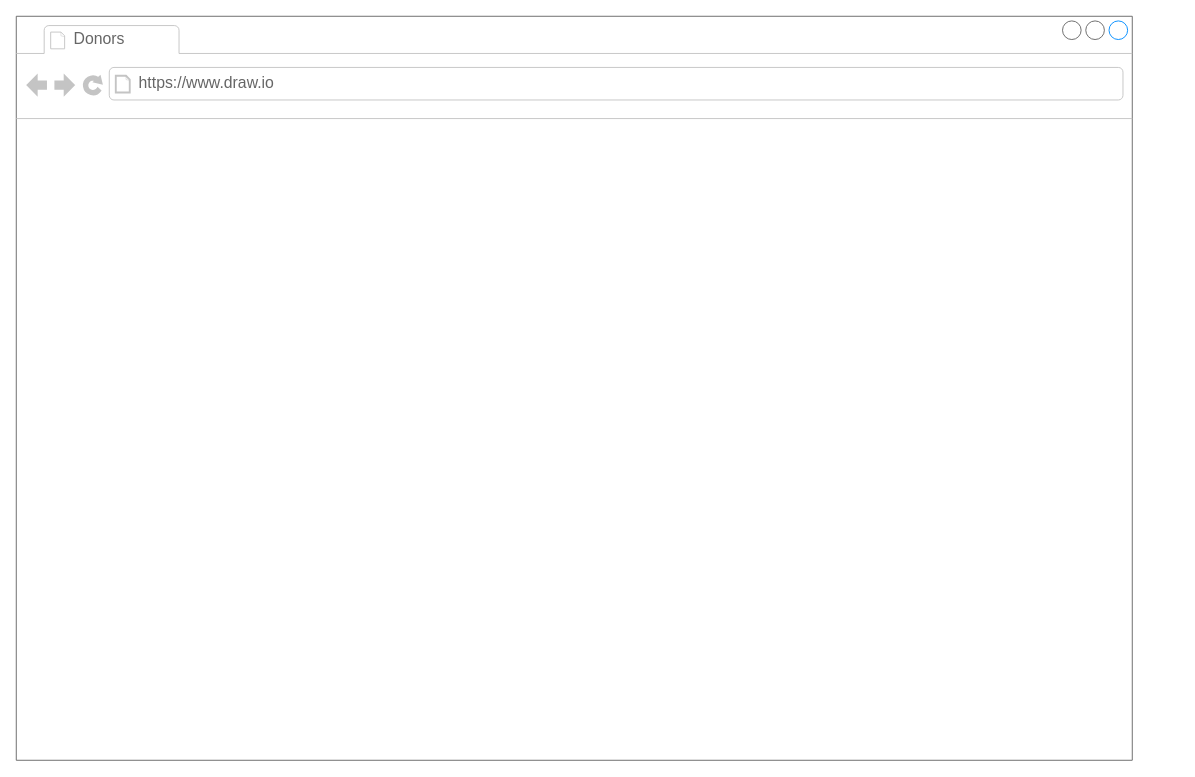
Before: page "DonorList" (3 of 7) of docs/donor-tracker-mock.drawio in CaseyPitman/Donor-Management-Portal, a draw.io diagram. Source tidied: cells renumbered, new cells numbered last; positions are measured from the earlier drawing's top-left corner, leaving out a move shared by most shapes. Both pictures are drawn from the tidied source at 93%, with x=0, y=0 at pixel (16, 16). Pictures stored in the file or linked from it are replaced by grey dashed boxes.
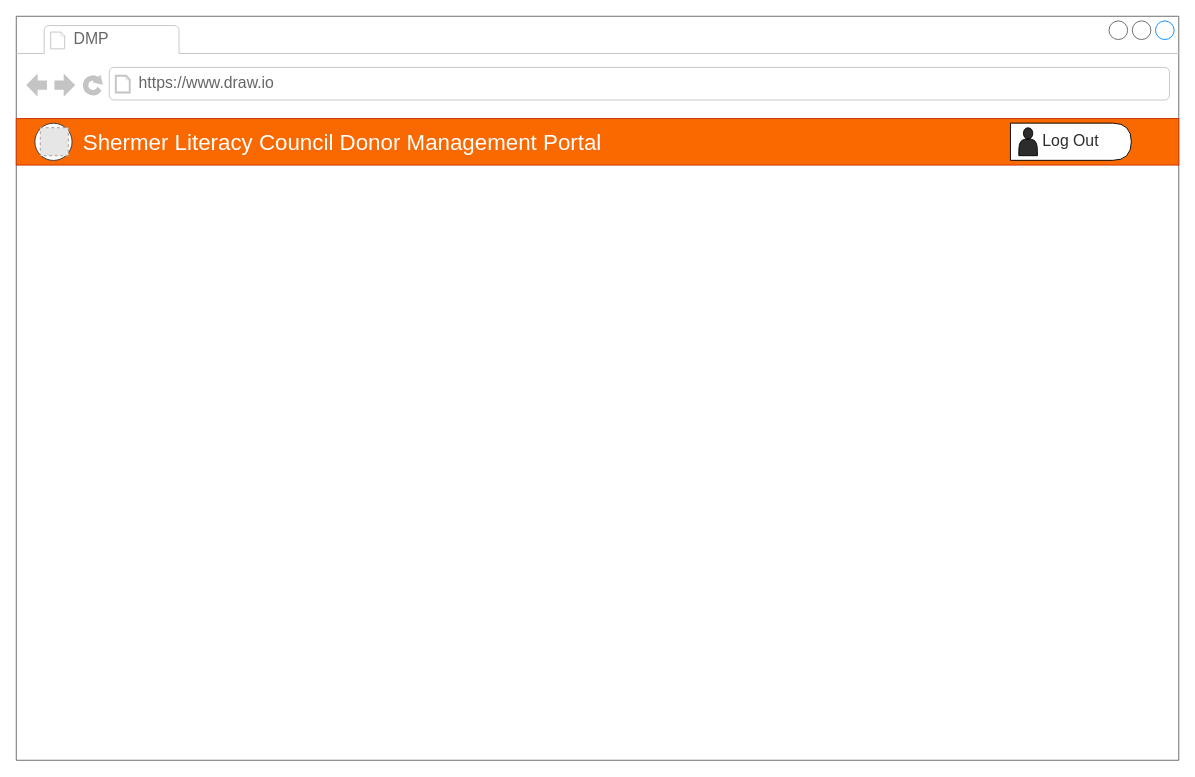
The same page after the edit.

The edit, as a diff of the source:
```diff
@@
 <mxGraphModel>
   <root>
     <mxCell id="0" />
     <mxCell id="1" parent="0" />
     <mxCell id="2" style="strokeWidth=1;shadow=0;dashed=0;align=center;html=1;shape=mxgraph.mockup.containers.browserWindow;rSize=0;strokeColor=#666666;strokeColor2=#008cff;strokeColor3=#c4c4c4;mainText=,;" parent="1" vertex="1">
-      <mxGeometry width="1200" height="800" as="geometry" />
+      <mxGeometry width="1250" height="800" as="geometry" />
     </mxCell>
-    <mxCell id="3" value="Donors" style="strokeWidth=1;shadow=0;dashed=0;align=center;html=1;shape=mxgraph.mockup.containers.anchor;fontSize=17;fontColor=#666666;align=left;" parent="2" vertex="1">
+    <mxCell id="3" value="DMP" style="strokeWidth=1;shadow=0;dashed=0;align=center;html=1;shape=mxgraph.mockup.containers.anchor;fontSize=17;fontColor=#666666;align=left;" parent="2" vertex="1">
       <mxGeometry x="60" y="12" width="110" height="26" as="geometry" />
     </mxCell>
     <mxCell id="4" value="https://www.draw.io" style="strokeWidth=1;shadow=0;dashed=0;align=center;html=1;shape=mxgraph.mockup.containers.anchor;rSize=0;fontSize=17;fontColor=#666666;align=left;" parent="2" vertex="1">
       <mxGeometry x="130" y="60" width="250" height="26" as="geometry" />
     </mxCell>
+    <mxCell id="5" style="group;" parent="2" vertex="1">
+      <mxGeometry y="110" width="1250" height="50" as="geometry" />
+    </mxCell>
+    <mxCell id="6" style="rounded=0;whiteSpace=wrap;html=1;fontSize=17;gradientDirection=north;strokeColor=#C73500;fontColor=#ffffff;fillColor=#fa6800;" parent="5" vertex="1">
+      <mxGeometry width="1250" height="50" as="geometry" />
+    </mxCell>
+    <mxCell id="7" value="&lt;h2&gt;&lt;font size=&quot;1&quot; color=&quot;#ffffff&quot;&gt;&lt;span style=&quot;font-size: 24px ; font-weight: normal&quot;&gt;Shermer Literacy Council Donor Management Portal&lt;/span&gt;&lt;/font&gt;&lt;/h2&gt;" style="text;html=1;strokeColor=none;fillColor=none;align=left;verticalAlign=middle;whiteSpace=wrap;rounded=0;fontSize=17;" parent="5" vertex="1">
+      <mxGeometry x="70" y="15" width="730" height="20" as="geometry" />
+    </mxCell>
+    <mxCell id="8" style="ellipse;whiteSpace=wrap;html=1;labelBackgroundColor=#ffffff;fontSize=17;align=left;strokeColor=#36393d;" parent="5" vertex="1">
+      <mxGeometry x="20" y="5" width="40" height="40" as="geometry" />
+    </mxCell>
+    <mxCell id="9" style="fillColor=#E6E6E6;strokeColor=#999999;dashed=1;html=1;verticalAlign=top;verticalLabelPosition=bottom;labelBackgroundColor=#ffffff;fontSize=17;fontColor=#FFFFFF;align=left;" parent="5" vertex="1">
+      <mxGeometry x="25.8" y="9.8" width="30.2" height="30.2" as="geometry" />
+    </mxCell>
+    <mxCell id="10" value="Log Out" style="shape=delay;whiteSpace=wrap;html=1;labelBackgroundColor=#ffffff;strokeColor=#000000;fillColor=#ffffff;gradientColor=none;fontSize=17;align=center;fontColor=#2C2C2C;" parent="5" vertex="1">
+      <mxGeometry x="1069" y="4.9" width="130" height="40" as="geometry" />
+    </mxCell>
+    <mxCell id="11" style="shape=actor;whiteSpace=wrap;html=1;labelBackgroundColor=#ffffff;strokeColor=#000000;gradientColor=none;fontSize=17;fontColor=#FFFFFF;align=left;fillColor=#2C2C2C;" parent="5" vertex="1">
+      <mxGeometry x="1078" y="9.9" width="20" height="30" as="geometry" />
+    </mxCell>
   </root>
 </mxGraphModel>
```
